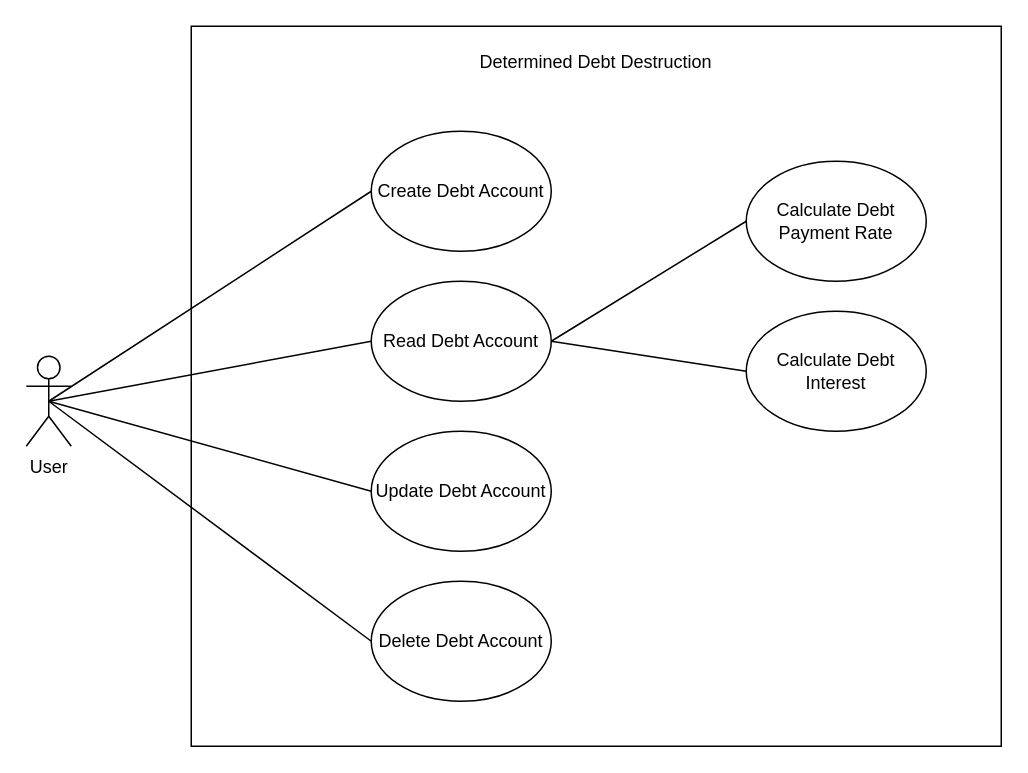
The draw.io diagram Use Case Diagram - Recurring Charge.drawio in PatrickMcDougle/CSE682-Software-Engineering-Project, before the edit. Source tidied: cells renumbered, new cells numbered last; positions are measured from the earlier drawing's top-left corner, leaving out a move shared by most shapes. Both pictures are drawn from the tidied source at 150%, with x=0, y=0 at pixel (26, 26).
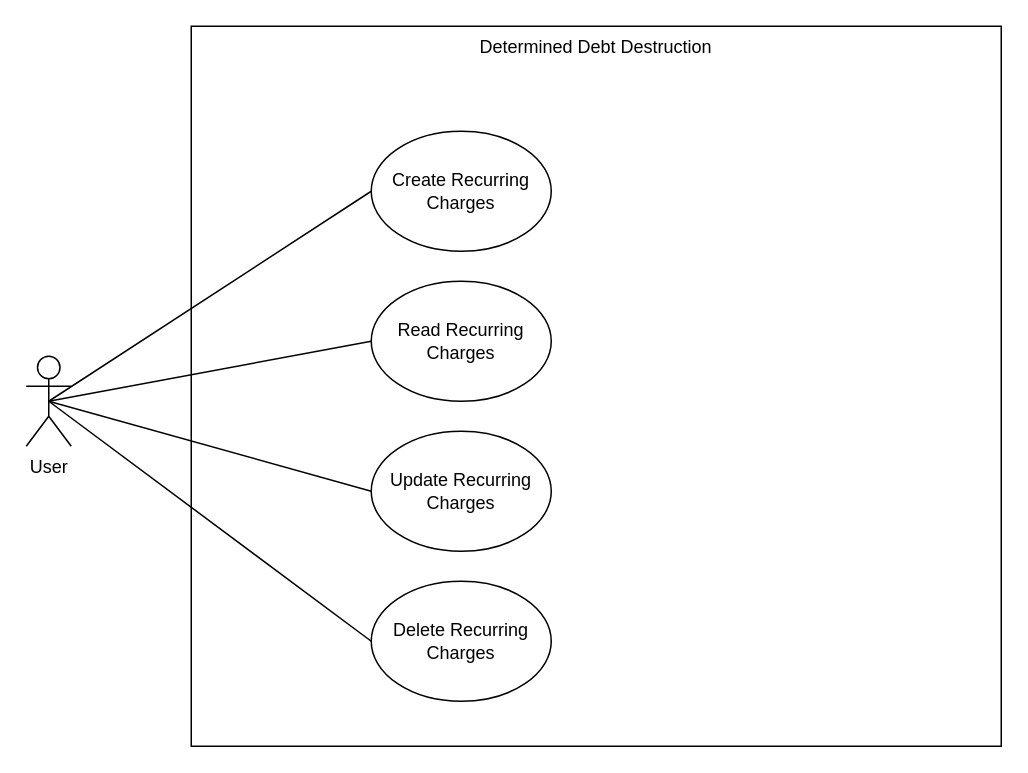
The same diagram, later.

Diff of the diagram source:
```diff
@@
 <mxGraphModel>
   <root>
     <mxCell id="0" />
     <mxCell id="1" parent="0" />
-    <mxCell id="2" value="Determined Debt Destruction&lt;br&gt;&lt;br&gt;&lt;br&gt;&lt;br&gt;&lt;br&gt;&lt;br&gt;&lt;br&gt;&lt;br&gt;&lt;br&gt;&lt;br&gt;&lt;br&gt;&lt;br&gt;&lt;br&gt;&lt;br&gt;&lt;br&gt;&lt;br&gt;&lt;br&gt;&lt;br&gt;&lt;br&gt;&lt;br&gt;&lt;br&gt;&lt;br&gt;&lt;br&gt;&lt;br&gt;&lt;br&gt;&lt;br&gt;&lt;br&gt;&lt;br&gt;&lt;br&gt;&lt;br&gt;&lt;br&gt;" style="rounded=0;whiteSpace=wrap;html=1;" parent="1" vertex="1">
+    <mxCell id="2" value="Determined Debt Destruction" style="rounded=0;whiteSpace=wrap;html=1;verticalAlign=top;" parent="1" vertex="1">
       <mxGeometry x="110" width="540" height="480" as="geometry" />
     </mxCell>
     <mxCell id="3" value="User" style="shape=umlActor;verticalLabelPosition=bottom;verticalAlign=top;html=1;outlineConnect=0;" parent="1" vertex="1">
       <mxGeometry y="220" width="30" height="60" as="geometry" />
     </mxCell>
-    <mxCell id="4" value="Create Debt Account" style="ellipse;whiteSpace=wrap;html=1;" parent="1" vertex="1">
+    <mxCell id="4" value="Create Recurring Charges" style="ellipse;whiteSpace=wrap;html=1;" parent="1" vertex="1">
       <mxGeometry x="230" y="70" width="120" height="80" as="geometry" />
     </mxCell>
-    <mxCell id="5" value="Calculate Debt Payment Rate" style="ellipse;whiteSpace=wrap;html=1;" parent="1" vertex="1">
-      <mxGeometry x="480" y="90" width="120" height="80" as="geometry" />
-    </mxCell>
-    <mxCell id="6" value="Calculate Debt Interest" style="ellipse;whiteSpace=wrap;html=1;" parent="1" vertex="1">
-      <mxGeometry x="480" y="190" width="120" height="80" as="geometry" />
-    </mxCell>
-    <mxCell id="7" style="endArrow=none;html=1;exitX=1;exitY=0.5;exitDx=0;exitDy=0;entryX=0;entryY=0.5;entryDx=0;entryDy=0;" parent="1" edge="1" source="13" target="5">
-      <mxGeometry relative="1" as="geometry" />
-    </mxCell>
-    <mxCell id="8" style="endArrow=none;html=1;exitX=1;exitY=0.5;exitDx=0;exitDy=0;entryX=0;entryY=0.5;entryDx=0;entryDy=0;" parent="1" edge="1" source="13" target="6">
-      <mxGeometry relative="1" as="geometry" />
-    </mxCell>
     <mxCell id="9" style="endArrow=none;html=1;exitX=0.5;exitY=0.5;exitDx=0;exitDy=0;exitPerimeter=0;entryX=0;entryY=0.5;entryDx=0;entryDy=0;" parent="1" edge="1" source="3" target="4">
       <mxGeometry relative="1" as="geometry" />
     </mxCell>
     <mxCell id="10" style="endArrow=none;html=1;exitX=0.5;exitY=0.5;exitDx=0;exitDy=0;exitPerimeter=0;entryX=0;entryY=0.5;entryDx=0;entryDy=0;" parent="1" edge="1" source="3" target="13">
       <mxGeometry relative="1" as="geometry" />
     </mxCell>
     <mxCell id="11" style="endArrow=none;html=1;exitX=0.5;exitY=0.5;exitDx=0;exitDy=0;exitPerimeter=0;entryX=0;entryY=0.5;entryDx=0;entryDy=0;" parent="1" edge="1" source="3" target="14">
       <mxGeometry relative="1" as="geometry" />
     </mxCell>
     <mxCell id="12" style="endArrow=none;html=1;exitX=0.5;exitY=0.5;exitDx=0;exitDy=0;exitPerimeter=0;entryX=0;entryY=0.5;entryDx=0;entryDy=0;" parent="1" edge="1" source="3" target="15">
       <mxGeometry relative="1" as="geometry" />
     </mxCell>
-    <mxCell id="13" value="Read Debt Account" style="ellipse;whiteSpace=wrap;html=1;" parent="1" vertex="1">
+    <mxCell id="13" value="Read Recurring Charges" style="ellipse;whiteSpace=wrap;html=1;" parent="1" vertex="1">
       <mxGeometry x="230" y="170" width="120" height="80" as="geometry" />
     </mxCell>
-    <mxCell id="14" value="Update Debt Account" style="ellipse;whiteSpace=wrap;html=1;" parent="1" vertex="1">
+    <mxCell id="14" value="Update Recurring Charges" style="ellipse;whiteSpace=wrap;html=1;" parent="1" vertex="1">
       <mxGeometry x="230" y="270" width="120" height="80" as="geometry" />
     </mxCell>
-    <mxCell id="15" value="Delete Debt Account" style="ellipse;whiteSpace=wrap;html=1;" parent="1" vertex="1">
+    <mxCell id="15" value="Delete Recurring Charges" style="ellipse;whiteSpace=wrap;html=1;" parent="1" vertex="1">
       <mxGeometry x="230" y="370" width="120" height="80" as="geometry" />
     </mxCell>
   </root>
 </mxGraphModel>
```
